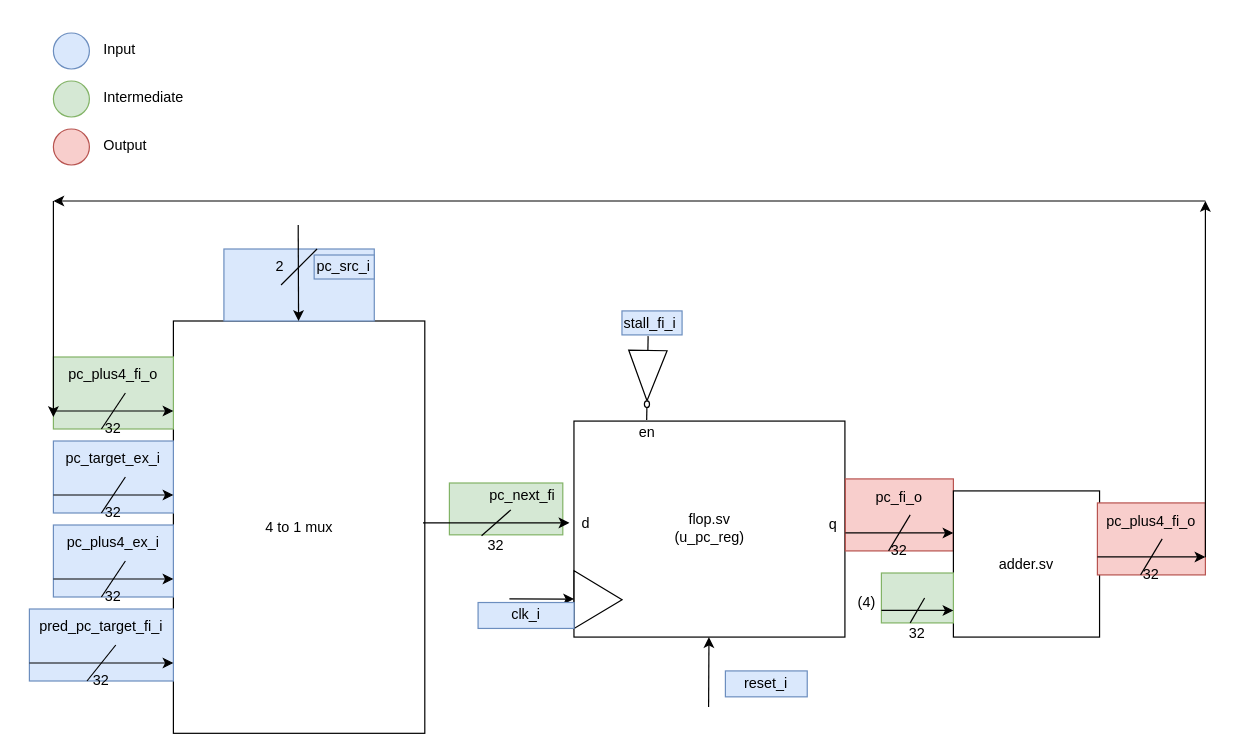
This is page "fetch" (1 of 2) of cpu_top/cpu_core/fetch/fetch.drawio from patrick-adrian/riscv-pipelined-cpu, a draw.io file, before an edit. Source tidied: cells renumbered, new cells numbered last; positions are measured from the earlier drawing's top-left corner, leaving out a move shared by most shapes. Both pictures are drawn from the tidied source at 120%, with x=0, y=0 at pixel (29, 32).
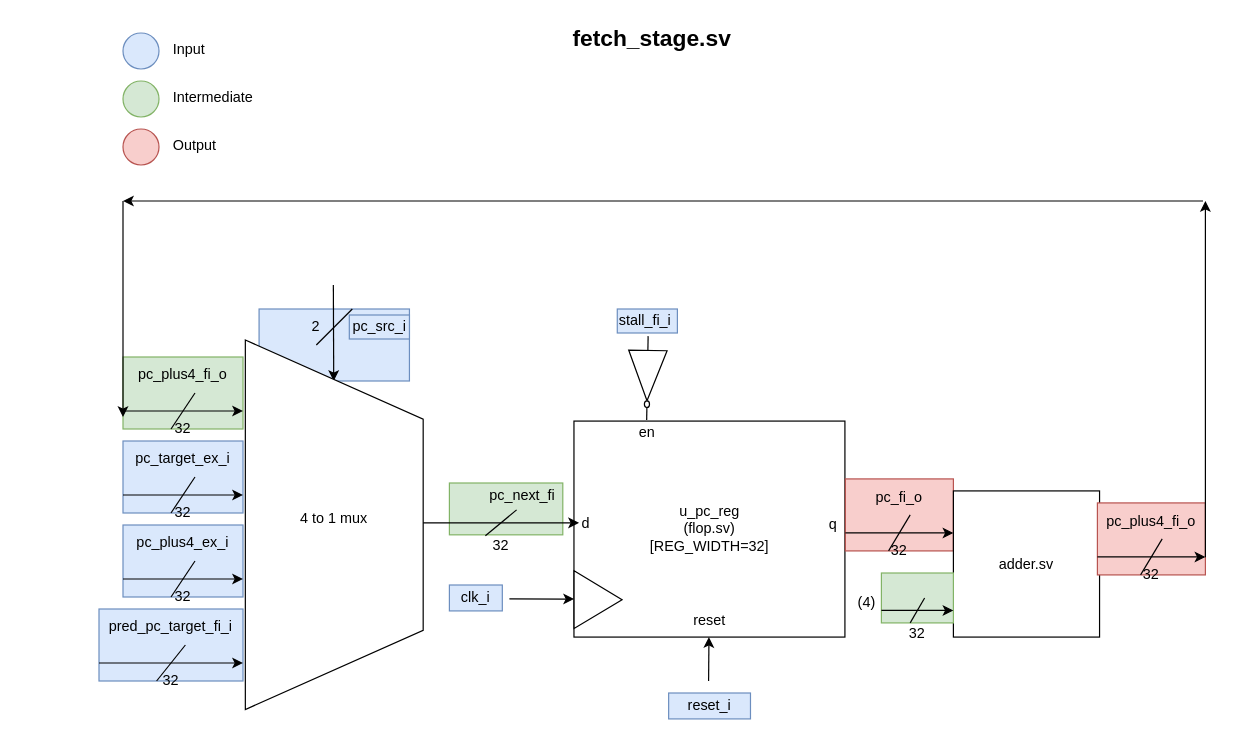
After the change.

The edit, as a diff of the source:
```diff
@@
-    <mxCell id="2" value="4 to 1 mux" style="whiteSpace=wrap;html=1;" parent="1" vertex="1">
-      <mxGeometry x="120" y="240" width="209.5" height="343.6" as="geometry" />
-    </mxCell>
-    <mxCell id="3" value="flop.sv&lt;div&gt;(u_pc_reg)&lt;/div&gt;" style="whiteSpace=wrap;html=1;" parent="1" vertex="1">
+    <mxCell id="3" value="&lt;div&gt;u_pc_reg&lt;/div&gt;(&lt;span style=&quot;background-color: transparent; color: light-dark(rgb(0, 0, 0), rgb(255, 255, 255));&quot;&gt;flop.sv)&lt;/span&gt;&lt;div&gt;&lt;div&gt;&lt;span style=&quot;background-color: transparent; color: light-dark(rgb(0, 0, 0), rgb(255, 255, 255));&quot;&gt;[REG_WIDTH=32&lt;/span&gt;&lt;span style=&quot;background-color: transparent; color: light-dark(rgb(0, 0, 0), rgb(255, 255, 255));&quot;&gt;]&lt;/span&gt;&lt;/div&gt;&lt;/div&gt;" style="whiteSpace=wrap;html=1;" parent="1" vertex="1">
       <mxGeometry x="453.8" y="323.4" width="225.8" height="180" as="geometry" />
     </mxCell>
@@
     <mxCell id="6" value="&#10;32" style="group;spacingTop=2;spacingBottom=0;" parent="1" vertex="1">
-      <mxGeometry x="328" y="397.4" width="122" height="21.6" as="geometry" />
+      <mxGeometry x="328" y="397.4" width="130" height="21.6" as="geometry" />
     </mxCell>
     <mxCell id="7" style="endArrow=none;html=1;rounded=0;" parent="6" edge="1">
       <mxGeometry relative="1" as="geometry">
-        <mxPoint x="48.8" y="21.6" as="sourcePoint" />
-        <mxPoint x="73.2" as="targetPoint" />
+        <mxPoint x="52" y="21.6" as="sourcePoint" />
+        <mxPoint x="78" as="targetPoint" />
       </mxGeometry>
     </mxCell>
     <mxCell id="8" style="endArrow=classic;html=1;rounded=0;entryX=0;entryY=0.25;entryDx=0;entryDy=0;" parent="6" edge="1">
       <mxGeometry relative="1" as="geometry">
         <mxPoint y="10.8" as="sourcePoint" />
-        <mxPoint x="122" y="10.8" as="targetPoint" />
+        <mxPoint x="130" y="10.8" as="targetPoint" />
       </mxGeometry>
     </mxCell>
@@
-    <mxCell id="11" style="group;fillColor=#dae8fc;strokeColor=#6c8ebf;shadow=0;" parent="1" vertex="1">
-      <mxGeometry x="162.1" y="180" width="125.3" height="60" as="geometry" />
-    </mxCell>
-    <mxCell id="12" value="2" style="text;html=1;whiteSpace=wrap;strokeColor=none;fillColor=none;align=center;verticalAlign=middle;rounded=0;" parent="11" vertex="1">
-      <mxGeometry x="28.2" width="37.6" height="30" as="geometry" />
-    </mxCell>
-    <mxCell id="13" value="pc_src_i" style="text;html=1;whiteSpace=wrap;strokeColor=#6c8ebf;fillColor=#dae8fc;align=center;verticalAlign=middle;rounded=0;" parent="11" vertex="1">
-      <mxGeometry x="75.2" y="5" width="50.1" height="20" as="geometry" />
-    </mxCell>
     <mxCell id="14" style="endArrow=classic;html=1;rounded=0;entryX=0;entryY=0.25;entryDx=0;entryDy=0;" parent="1" edge="1">
       <mxGeometry relative="1" as="geometry">
-        <mxPoint x="566" y="561.6" as="sourcePoint" />
+        <mxPoint x="566" y="540" as="sourcePoint" />
         <mxPoint x="566.3" y="503.4" as="targetPoint" />
       </mxGeometry>
     </mxCell>
     <mxCell id="15" style="group;fillColor=#dae8fc;strokeColor=#6c8ebf;" parent="1" vertex="1">
-      <mxGeometry x="20" y="340" width="100" height="60" as="geometry" />
+      <mxGeometry x="78" y="340" width="100" height="60" as="geometry" />
     </mxCell>
@@
     <mxCell id="20" style="group;fillColor=#dae8fc;strokeColor=#6c8ebf;" parent="1" vertex="1">
-      <mxGeometry x="20" y="410" width="100" height="60" as="geometry" />
+      <mxGeometry x="78" y="410" width="100" height="60" as="geometry" />
     </mxCell>
@@
     <mxCell id="25" style="group;fillColor=#dae8fc;strokeColor=#6c8ebf;" parent="1" vertex="1">
-      <mxGeometry y="480" width="120" height="60" as="geometry" />
+      <mxGeometry x="58" y="480" width="120" height="60" as="geometry" />
     </mxCell>
@@
+    <mxCell id="11" style="group;fillColor=#dae8fc;strokeColor=#6c8ebf;shadow=0;" parent="1" vertex="1">
+      <mxGeometry x="191.4" y="230" width="125.3" height="60" as="geometry" />
+    </mxCell>
+    <mxCell id="12" value="2" style="text;html=1;whiteSpace=wrap;strokeColor=none;fillColor=none;align=center;verticalAlign=middle;rounded=0;" parent="11" vertex="1">
+      <mxGeometry x="28.2" width="37.6" height="30" as="geometry" />
+    </mxCell>
+    <mxCell id="13" value="pc_src_i" style="text;html=1;whiteSpace=wrap;strokeColor=#6c8ebf;fillColor=#dae8fc;align=center;verticalAlign=middle;rounded=0;" parent="11" vertex="1">
+      <mxGeometry x="75.2" y="5" width="50.1" height="20" as="geometry" />
+    </mxCell>
     <mxCell id="30" style="endArrow=classic;html=1;rounded=0;entryX=0.473;entryY=0.009;entryDx=0;entryDy=0;entryPerimeter=0;fillColor=#dae8fc;strokeColor=#000000;" parent="1" edge="1">
       <mxGeometry relative="1" as="geometry">
-        <mxPoint x="224" y="160" as="sourcePoint" />
-        <mxPoint x="224.3" y="240" as="targetPoint" />
+        <mxPoint x="253.3" y="210" as="sourcePoint" />
+        <mxPoint x="253.6" y="290" as="targetPoint" />
       </mxGeometry>
     </mxCell>
     <mxCell id="31" style="endArrow=none;html=1;rounded=0;" parent="1" edge="1">
       <mxGeometry relative="1" as="geometry">
-        <mxPoint x="209.7" y="210" as="sourcePoint" />
-        <mxPoint x="239.7" y="180" as="targetPoint" />
+        <mxPoint x="239.1" y="260" as="sourcePoint" />
+        <mxPoint x="269.1" y="230" as="targetPoint" />
       </mxGeometry>
     </mxCell>
     <mxCell id="32" value="reset_i" style="text;html=1;whiteSpace=wrap;strokeColor=#6c8ebf;fillColor=#dae8fc;align=center;verticalAlign=middle;rounded=0;" parent="1" vertex="1">
-      <mxGeometry x="580" y="531.6" width="68.2" height="21.6" as="geometry" />
+      <mxGeometry x="532.7" y="550" width="68.2" height="21.6" as="geometry" />
     </mxCell>
     <mxCell id="33" value="clk_i" style="text;html=1;whiteSpace=wrap;strokeColor=#6c8ebf;fillColor=#dae8fc;align=center;verticalAlign=middle;rounded=0;" parent="1" vertex="1">
-      <mxGeometry x="373.9" y="474.6" width="80" height="21.6" as="geometry" />
+      <mxGeometry x="350" y="460" width="44.1" height="21.6" as="geometry" />
     </mxCell>
@@
     <mxCell id="35" value="stall_fi_i&amp;nbsp;" style="text;html=1;whiteSpace=wrap;strokeColor=#6c8ebf;fillColor=#dae8fc;align=center;verticalAlign=middle;rounded=0;" parent="1" vertex="1">
-      <mxGeometry x="493.8" y="231.6" width="50.1" height="20" as="geometry" />
+      <mxGeometry x="489.9" y="230" width="50.1" height="20" as="geometry" />
     </mxCell>
@@
     <mxCell id="45" style="group;fillColor=#d5e8d4;strokeColor=#82b366;" parent="1" vertex="1">
-      <mxGeometry x="20" y="270" width="100" height="60" as="geometry" />
+      <mxGeometry x="78" y="270" width="100" height="60" as="geometry" />
     </mxCell>
@@
     <mxCell id="62" style="endArrow=classic;html=1;rounded=0;" parent="1" edge="1">
       <mxGeometry relative="1" as="geometry">
-        <mxPoint x="980" y="140" as="sourcePoint" />
-        <mxPoint x="20" y="140" as="targetPoint" />
+        <mxPoint x="978" y="140" as="sourcePoint" />
+        <mxPoint x="78" y="140" as="targetPoint" />
       </mxGeometry>
     </mxCell>
     <mxCell id="63" style="endArrow=classic;html=1;rounded=0;" parent="1" edge="1">
       <mxGeometry relative="1" as="geometry">
-        <mxPoint x="20" y="140" as="sourcePoint" />
-        <mxPoint x="20" y="320" as="targetPoint" />
+        <mxPoint x="78" y="140" as="sourcePoint" />
+        <mxPoint x="78" y="320" as="targetPoint" />
       </mxGeometry>
     </mxCell>
     <mxCell id="64" style="group;" parent="1" vertex="1">
-      <mxGeometry x="20" width="110" height="30" as="geometry" />
+      <mxGeometry x="78" width="110" height="30" as="geometry" />
     </mxCell>
@@
     <mxCell id="67" style="group;" parent="1" vertex="1">
-      <mxGeometry x="20" y="40" width="110" height="30" as="geometry" />
+      <mxGeometry x="78" y="40" width="110" height="30" as="geometry" />
     </mxCell>
@@
     <mxCell id="70" style="group;" parent="1" vertex="1">
-      <mxGeometry x="20" y="80" width="110" height="30" as="geometry" />
+      <mxGeometry x="78" y="80" width="110" height="30" as="geometry" />
     </mxCell>
@@
+    <mxCell id="73" style="shape=trapezoid;perimeter=trapezoidPerimeter;whiteSpace=wrap;html=1;fixedSize=1;rotation=90;size=65.90000000000009;" parent="1" vertex="1">
+      <mxGeometry x="100.1" y="335.7" width="307.9" height="148.2" as="geometry" />
+    </mxCell>
+    <mxCell id="2" value="4 to 1 mux" style="text;html=1;whiteSpace=wrap;strokeColor=none;fillColor=none;align=center;verticalAlign=middle;rounded=0;" parent="1" vertex="1">
+      <mxGeometry x="224.1" y="389.8" width="60" height="30" as="geometry" />
+    </mxCell>
+    <mxCell id="74" value="reset" style="text;html=1;whiteSpace=wrap;strokeColor=none;fillColor=none;align=center;verticalAlign=middle;rounded=0;" parent="1" vertex="1">
+      <mxGeometry x="536.6" y="480" width="60.3" height="20" as="geometry" />
+    </mxCell>
+    <mxCell id="75" value="&lt;b&gt;&lt;font style=&quot;font-size: 19px;&quot;&gt;fetch_stage.sv&lt;/font&gt;&lt;/b&gt;" style="text;html=1;whiteSpace=wrap;strokeColor=none;fillColor=none;align=center;verticalAlign=middle;rounded=0;" parent="1" vertex="1">
+      <mxGeometry x="453.9" y="-10" width="130" height="30" as="geometry" />
+    </mxCell>
```
